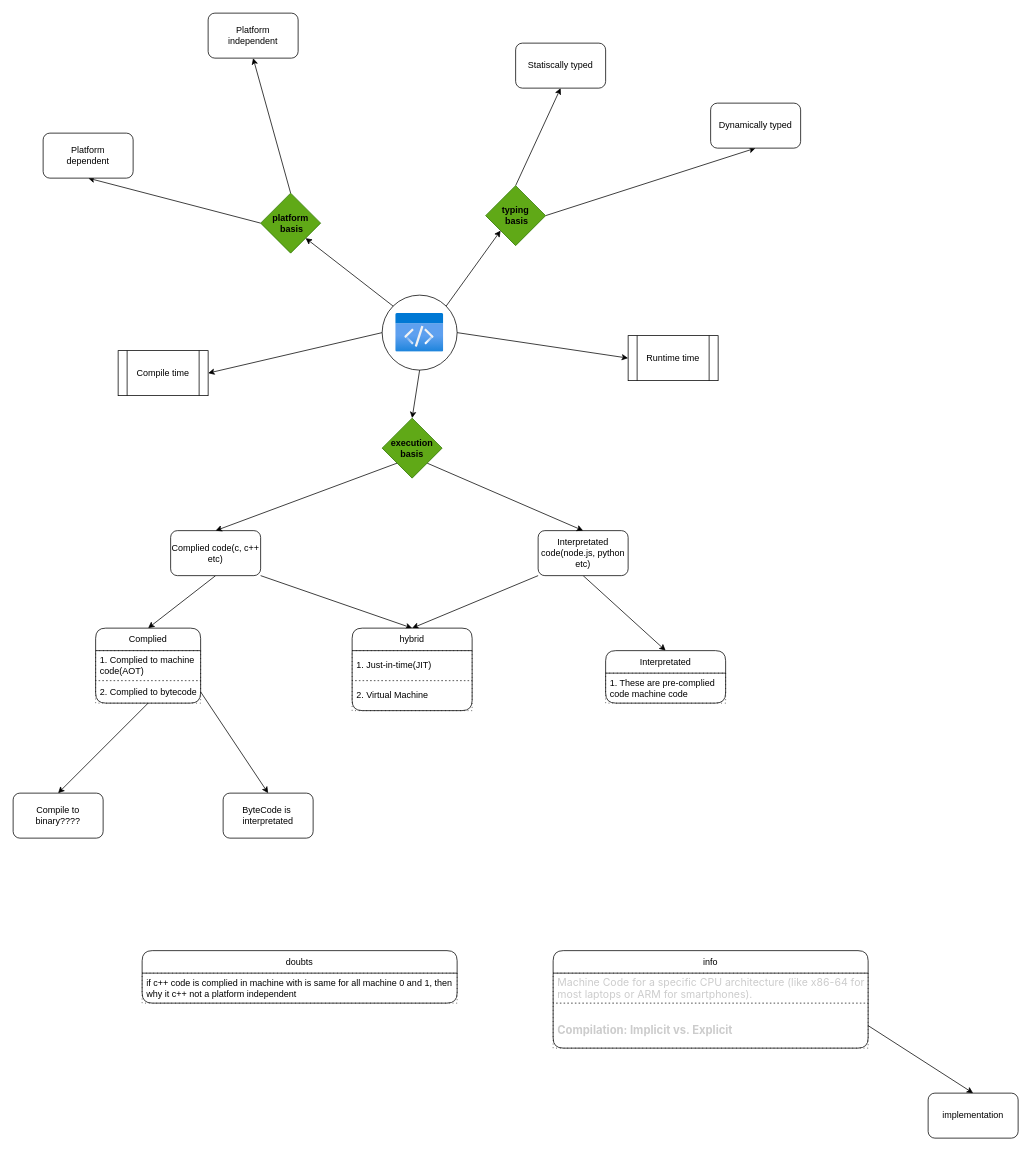
Before: core/code-compilation/cc.dio in knkrn5/Programming-Concepts, a draw.io diagram. Source tidied: cells renumbered, new cells numbered last; positions are measured from the earlier drawing's top-left corner, leaving out a move shared by most shapes. Both pictures are drawn from the tidied source at 75%, with x=0, y=0 at pixel (13, 13).
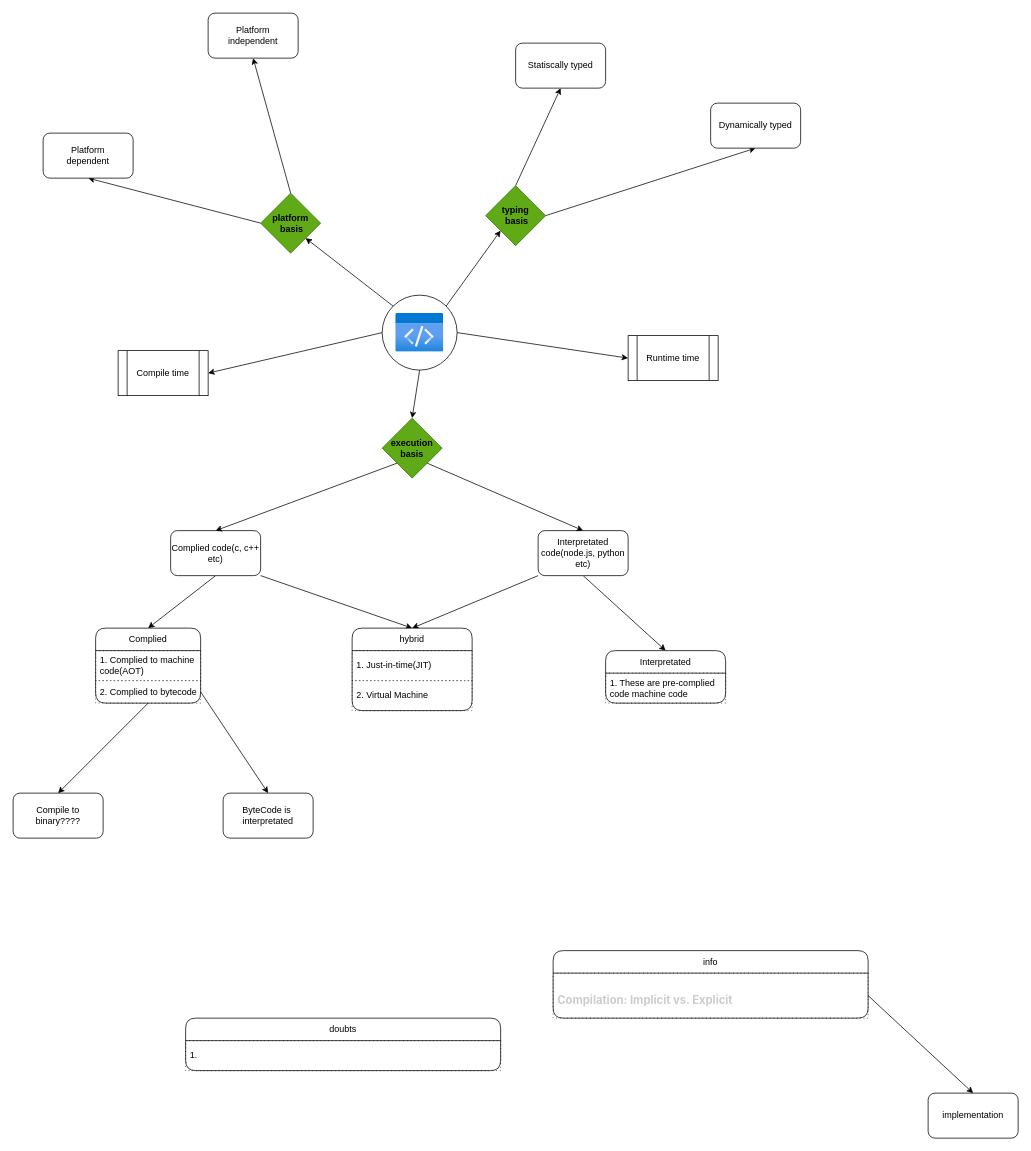
Above is the later version.

Diff of the diagram source:
```diff
@@
     <mxCell id="36" value="doubts" style="swimlane;fontStyle=0;horizontal=1;startSize=30;whiteSpace=wrap;html=1;rounded=1;" parent="1" vertex="1">
-      <mxGeometry x="172" y="1250" width="420" height="70" as="geometry" />
+      <mxGeometry x="230" y="1340" width="420" height="70" as="geometry" />
     </mxCell>
-    <mxCell id="37" value="if c++ code is complied in machine with is same for all machine 0 and 1, then why it c++ not a platform independent" style="text;strokeColor=default;fillColor=none;align=left;verticalAlign=middle;spacingLeft=4;spacingRight=4;overflow=hidden;whiteSpace=wrap;html=1;dashed=1;dashPattern=1 4;" parent="36" vertex="1">
+    <mxCell id="37" value="1." style="text;strokeColor=default;fillColor=none;align=left;verticalAlign=middle;spacingLeft=4;spacingRight=4;overflow=hidden;whiteSpace=wrap;html=1;dashed=1;dashPattern=1 4;" parent="36" vertex="1">
       <mxGeometry y="30" width="420" height="40" as="geometry" />
     </mxCell>
     <mxCell id="38" value="info" style="swimlane;fontStyle=0;horizontal=1;startSize=30;whiteSpace=wrap;html=1;rounded=1;" parent="1" vertex="1">
-      <mxGeometry x="720" y="1250" width="420" height="130" as="geometry" />
+      <mxGeometry x="720" y="1250" width="420" height="90" as="geometry" />
     </mxCell>
-    <mxCell id="39" value="&lt;span style=&quot;font-family: -apple-system, BlinkMacSystemFont, &amp;quot;Segoe WPC&amp;quot;, &amp;quot;Segoe UI&amp;quot;, system-ui, Ubuntu, &amp;quot;Droid Sans&amp;quot;, sans-serif; font-size: 14px;&quot;&gt;&lt;font style=&quot;color: light-dark(rgb(204, 204, 204), rgb(255, 255, 255));&quot;&gt;Machine Code for a specific CPU architecture (like x86-64 for most laptops or ARM for smartphones).&lt;/font&gt;&lt;/span&gt;" style="text;strokeColor=default;fillColor=none;align=left;verticalAlign=middle;spacingLeft=4;spacingRight=4;overflow=hidden;whiteSpace=wrap;html=1;dashed=1;dashPattern=1 4;" parent="38" vertex="1">
-      <mxGeometry y="30" width="420" height="40" as="geometry" />
-    </mxCell>
     <mxCell id="40" value="&lt;h3 style=&quot;margin-top: 24px; margin-bottom: 16px; line-height: 1.25; font-size: 1.25em; position: relative; font-family: -apple-system, BlinkMacSystemFont, &amp;quot;Segoe WPC&amp;quot;, &amp;quot;Segoe UI&amp;quot;, system-ui, Ubuntu, &amp;quot;Droid Sans&amp;quot;, sans-serif;&quot; id=&quot;1-compilation-implicit-vs-explicit&quot; dir=&quot;auto&quot; class=&quot;code-line&quot;&gt;&lt;font style=&quot;color: light-dark(rgb(204, 204, 204), rgb(255, 255, 255));&quot;&gt;Compilation: Implicit vs. Explicit&lt;/font&gt;&lt;/h3&gt;" style="text;strokeColor=default;fillColor=none;align=left;verticalAlign=middle;spacingLeft=4;spacingRight=4;overflow=hidden;points=[[0,0.5],[1,0.5]];portConstraint=eastwest;whiteSpace=wrap;html=1;dashed=1;dashPattern=1 4;" parent="38" vertex="1">
-      <mxGeometry y="70" width="420" height="60" as="geometry" />
+      <mxGeometry y="30" width="420" height="60" as="geometry" />
     </mxCell>
```
